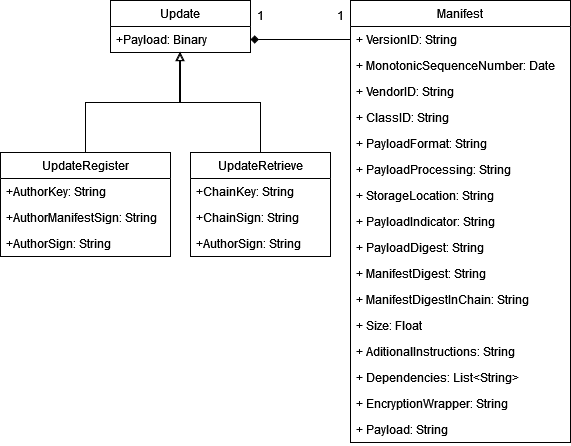
The draw.io diagram DataStructures/Update/Update.drawio.png in sfl0r3nz05/DistributedBchFWArchIoT, before a commit. Source tidied: cells renumbered, new cells last; positions are measured from the earlier drawing's top-left corner, leaving out a move shared by most shapes.
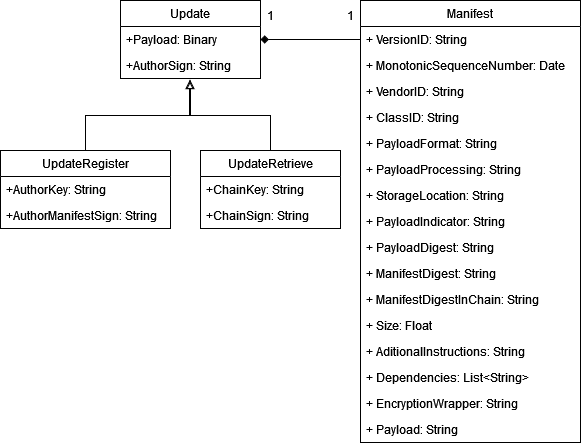
After the commit.

Change to the diagram source:
```diff
@@ -54,11 +54,14 @@
       <mxGeometry y="416" width="220" height="26" as="geometry" />
     </mxCell>
     <mxCell id="19" value="Update" style="swimlane;fontStyle=0;horizontal=1;startSize=26;fillColor=none;" parent="1" vertex="1">
-      <mxGeometry x="110" width="140" height="52" as="geometry" />
+      <mxGeometry x="110" width="140" height="78" as="geometry" />
     </mxCell>
     <mxCell id="20" value="+Payload: Binary" style="text;strokeColor=none;fillColor=none;align=left;verticalAlign=top;spacingLeft=4;spacingRight=4;overflow=hidden;points=[[0,0.5],[1,0.5]];portConstraint=eastwest;" parent="19" vertex="1">
       <mxGeometry y="26" width="140" height="26" as="geometry" />
     </mxCell>
+    <mxCell id="34" value="+AuthorSign: String" style="text;strokeColor=none;fillColor=none;align=left;verticalAlign=top;spacingLeft=4;spacingRight=4;overflow=hidden;" parent="19" vertex="1">
+      <mxGeometry y="52" width="140" height="26" as="geometry" />
+    </mxCell>
     <mxCell id="21" style="edgeStyle=orthogonalEdgeStyle;rounded=0;jettySize=auto;html=1;exitX=0;exitY=0.5;exitDx=0;exitDy=0;entryX=1;entryY=0.5;entryDx=0;entryDy=0;endArrow=diamond;endFill=1;" parent="1" edge="1" source="3" target="20">
       <mxGeometry relative="1" as="geometry" />
     </mxCell>
@@ -68,11 +71,13 @@
     <mxCell id="23" value="1" style="text;html=1;strokeColor=none;fillColor=none;align=center;verticalAlign=middle;whiteSpace=wrap;rounded=0;" parent="1" vertex="1">
       <mxGeometry x="320" width="40" height="30" as="geometry" />
     </mxCell>
-    <mxCell id="24" style="edgeStyle=orthogonalEdgeStyle;rounded=0;jettySize=auto;html=1;exitX=0.5;exitY=0;exitDx=0;exitDy=0;entryX=0.493;entryY=1;entryDx=0;entryDy=0;entryPerimeter=0;endArrow=block;endFill=0;" parent="1" edge="1" source="25" target="20">
-      <mxGeometry relative="1" as="geometry" />
+    <mxCell id="24" style="edgeStyle=orthogonalEdgeStyle;rounded=0;jettySize=auto;html=1;exitX=0.5;exitY=0;exitDx=0;exitDy=0;endArrow=block;endFill=0;" parent="1" edge="1" source="25">
+      <mxGeometry relative="1" as="geometry">
+        <mxPoint x="179" y="80" as="targetPoint" />
+      </mxGeometry>
     </mxCell>
     <mxCell id="25" value="UpdateRegister" style="swimlane;fontStyle=0;horizontal=1;startSize=26;fillColor=none;" parent="1" vertex="1">
-      <mxGeometry y="152" width="170" height="104" as="geometry" />
+      <mxGeometry x="-10" y="150" width="170" height="78" as="geometry" />
     </mxCell>
     <mxCell id="26" value="+AuthorKey: String" style="text;strokeColor=none;fillColor=none;align=left;verticalAlign=top;spacingLeft=4;spacingRight=4;overflow=hidden;" parent="25" vertex="1">
       <mxGeometry y="26" width="170" height="26" as="geometry" />
@@ -80,16 +85,13 @@
     <mxCell id="27" value="+AuthorManifestSign: String" style="text;strokeColor=none;fillColor=none;align=left;verticalAlign=top;spacingLeft=4;spacingRight=4;overflow=hidden;" parent="25" vertex="1">
       <mxGeometry y="52" width="170" height="26" as="geometry" />
     </mxCell>
-    <mxCell id="28" value="+AuthorSign: String" style="text;strokeColor=none;fillColor=none;align=left;verticalAlign=top;spacingLeft=4;spacingRight=4;overflow=hidden;" parent="25" vertex="1">
-      <mxGeometry y="78" width="170" height="26" as="geometry" />
-    </mxCell>
     <mxCell id="29" style="edgeStyle=orthogonalEdgeStyle;rounded=0;jettySize=auto;html=1;exitX=0.5;exitY=0;exitDx=0;exitDy=0;endArrow=block;endFill=0;" parent="1" edge="1" source="30">
       <mxGeometry relative="1" as="geometry">
-        <mxPoint x="180" y="52" as="targetPoint" />
+        <mxPoint x="180" y="80" as="targetPoint" />
       </mxGeometry>
     </mxCell>
     <mxCell id="30" value="UpdateRetrieve" style="swimlane;fontStyle=0;horizontal=1;startSize=26;fillColor=none;" parent="1" vertex="1">
-      <mxGeometry x="190" y="152" width="140" height="104" as="geometry" />
+      <mxGeometry x="190" y="150" width="140" height="78" as="geometry" />
     </mxCell>
     <mxCell id="31" value="+ChainKey: String" style="text;strokeColor=none;fillColor=none;align=left;verticalAlign=top;spacingLeft=4;spacingRight=4;overflow=hidden;" parent="30" vertex="1">
       <mxGeometry y="26" width="140" height="26" as="geometry" />
@@ -97,8 +99,5 @@
     <mxCell id="32" value="+ChainSign: String" style="text;strokeColor=none;fillColor=none;align=left;verticalAlign=top;spacingLeft=4;spacingRight=4;overflow=hidden;" parent="30" vertex="1">
       <mxGeometry y="52" width="140" height="26" as="geometry" />
     </mxCell>
-    <mxCell id="33" value="+AuthorSign: String" style="text;strokeColor=none;fillColor=none;align=left;verticalAlign=top;spacingLeft=4;spacingRight=4;overflow=hidden;" parent="30" vertex="1">
-      <mxGeometry y="78" width="140" height="26" as="geometry" />
-    </mxCell>
   </root>
 </mxGraphModel>
```
